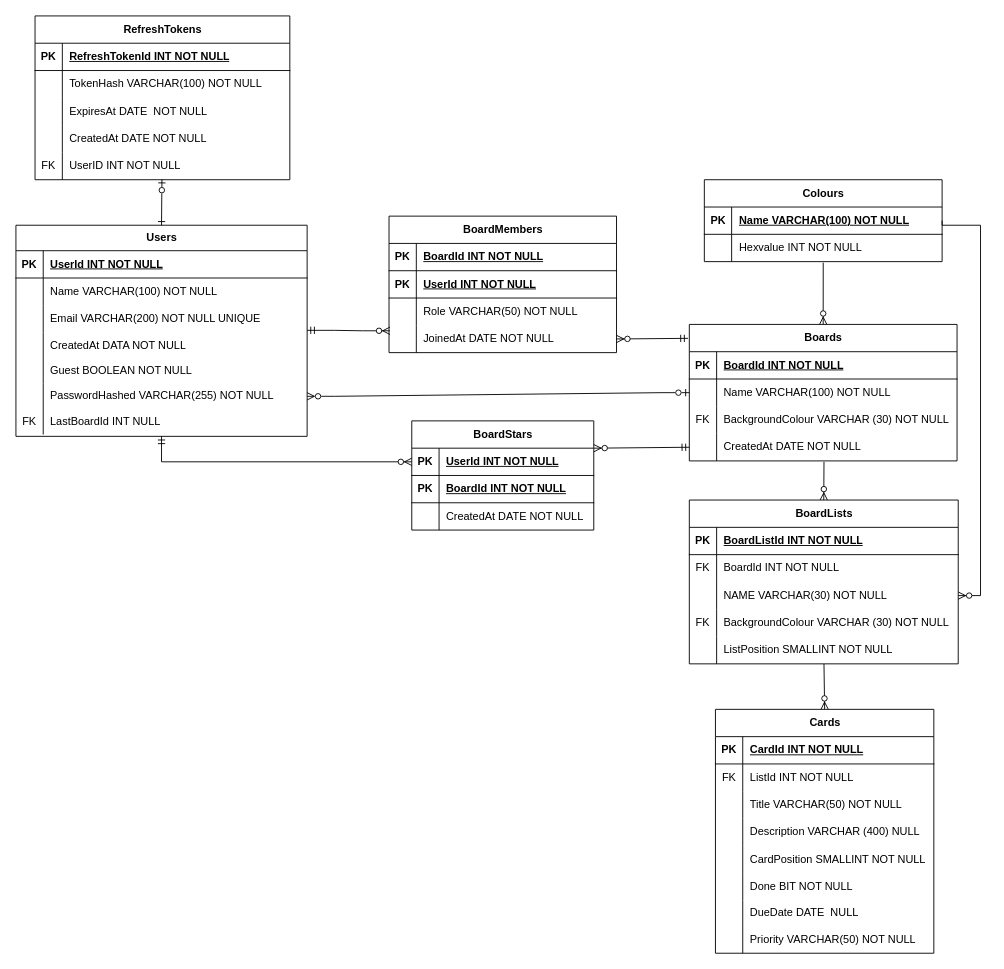
Before: DatabaseFilesAndDesign/DatabaseDesign.drawio in maninder56/Planner-Web-App, a draw.io diagram. Source tidied: cells renumbered, new cells numbered last; positions are measured from the earlier drawing's top-left corner, leaving out a move shared by most shapes. Both pictures are drawn from the tidied source at 91%, with x=0, y=0 at pixel (15, 15).
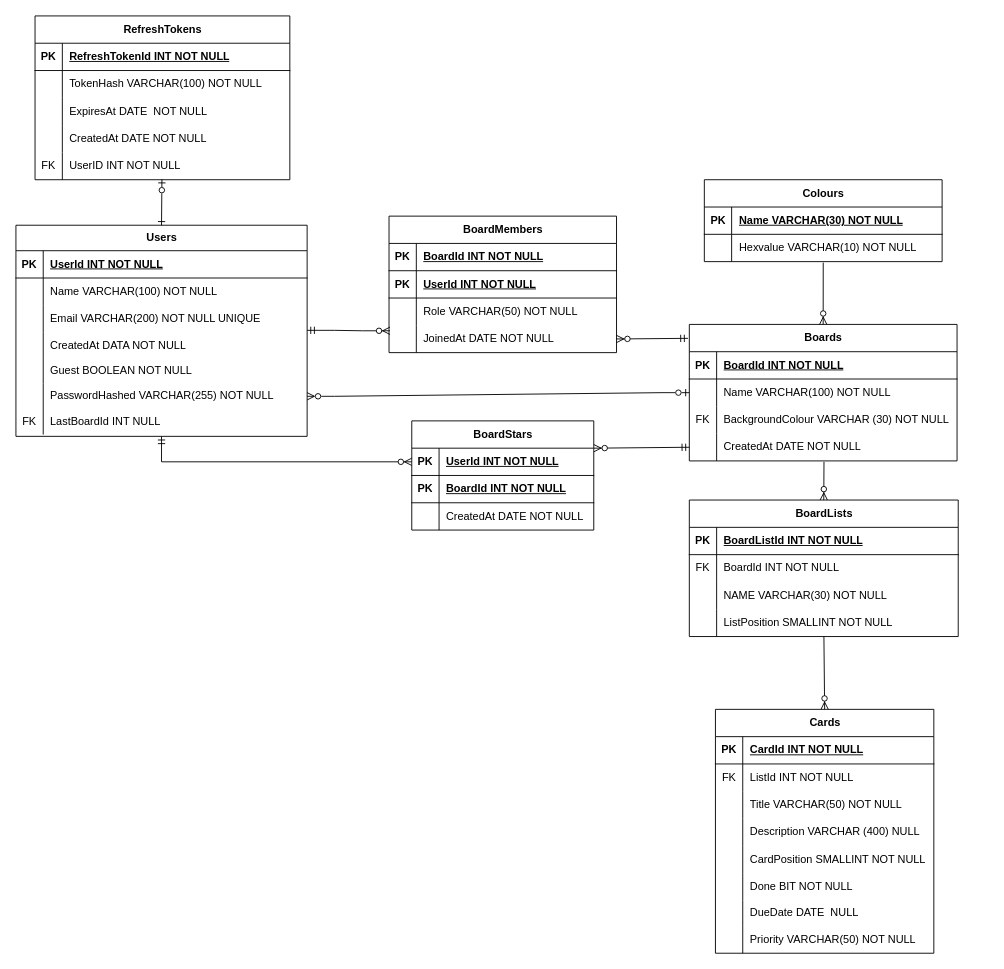
The same page after the edit.

Commit message (it also covers changes not shown here):
Changed database design and madded mock data for testing

Unchanged cells that the change refers to:
```xml
<mxCell id="74" style="shape=tableRow;horizontal=0;startSize=0;swimlaneHead=0;swimlaneBody=0;fillColor=none;points=[[0,0.5],[1,0.5]];portConstraint=eastwest;top=0;left=0;right=0;bottom=0;" parent="67" vertex="1">
  <mxGeometry y="90" width="295.5" height="30" as="geometry" />
</mxCell>
<mxCell id="126" style="shape=tableRow;horizontal=0;startSize=0;swimlaneHead=0;swimlaneBody=0;fillColor=none;points=[[0,0.5],[1,0.5]];portConstraint=eastwest;top=0;left=0;right=0;bottom=1;" parent="125" vertex="1">
  <mxGeometry y="30" width="261.3" height="30" as="geometry" />
</mxCell>
<mxCell id="129" style="shape=tableRow;horizontal=0;startSize=0;swimlaneHead=0;swimlaneBody=0;fillColor=none;points=[[0,0.5],[1,0.5]];portConstraint=eastwest;top=0;left=0;right=0;bottom=0;" parent="125" vertex="1">
  <mxGeometry y="60" width="261.3" height="30" as="geometry" />
</mxCell>
```

The edit, as a diff of the source:
```diff
@@
     <mxCell id="67" value="BoardLists" style="shape=table;startSize=30;childLayout=tableLayout;rowLines=0;fontStyle=1;align=center;html=1;" parent="1" vertex="1">
-      <mxGeometry x="740" y="532" width="295.5" height="180" as="geometry" />
+      <mxGeometry x="740" y="532" width="295.5" height="150" as="geometry" />
     </mxCell>
@@
-    <mxCell id="77" style="shape=tableRow;horizontal=0;startSize=0;swimlaneHead=0;swimlaneBody=0;fillColor=none;top=0;left=0;right=0;bottom=0;" parent="67" vertex="1">
-      <mxGeometry y="120" width="295.5" height="30" as="geometry" />
-    </mxCell>
-    <mxCell id="78" value="FK" style="shape=partialRectangle;fillColor=none;top=0;left=0;bottom=0;right=0;overflow=hidden;whiteSpace=wrap;html=1;" parent="77" vertex="1">
-      <mxGeometry width="30" height="30" as="geometry" />
-    </mxCell>
-    <mxCell id="79" value="BackgroundColour VARCHAR (30) NOT NULL" style="shape=partialRectangle;fillColor=none;top=0;left=0;bottom=0;right=0;align=left;spacingLeft=6;overflow=hidden;whiteSpace=wrap;html=1;" parent="77" vertex="1">
-      <mxGeometry x="30" width="265.5" height="30" as="geometry" />
-    </mxCell>
     <mxCell id="80" style="shape=tableRow;horizontal=0;startSize=0;swimlaneHead=0;swimlaneBody=0;fillColor=none;points=[[0,0.5],[1,0.5]];portConstraint=eastwest;top=0;left=0;right=0;bottom=0;" parent="67" vertex="1">
-      <mxGeometry y="150" width="295.5" height="30" as="geometry" />
+      <mxGeometry y="120" width="295.5" height="30" as="geometry" />
     </mxCell>
@@
-    <mxCell id="128" value="Name VARCHAR(100) NOT NULL" style="shape=partialRectangle;fillColor=none;top=0;left=0;bottom=0;right=0;align=left;spacingLeft=6;fontStyle=5;overflow=hidden;whiteSpace=wrap;html=1;" parent="126" vertex="1">
+    <mxCell id="128" value="Name VARCHAR(30) NOT NULL" style="shape=partialRectangle;fillColor=none;top=0;left=0;bottom=0;right=0;align=left;spacingLeft=6;fontStyle=5;overflow=hidden;whiteSpace=wrap;html=1;" parent="126" vertex="1">
       <mxGeometry x="30" width="231.3" height="30" as="geometry" />
     </mxCell>
@@
-    <mxCell id="131" value="Hexvalue INT NOT NULL" style="shape=partialRectangle;fillColor=none;top=0;left=0;bottom=0;right=0;align=left;spacingLeft=6;overflow=hidden;whiteSpace=wrap;html=1;" parent="129" vertex="1">
+    <mxCell id="131" value="Hexvalue VARCHAR(10) NOT NULL" style="shape=partialRectangle;fillColor=none;top=0;left=0;bottom=0;right=0;align=left;spacingLeft=6;overflow=hidden;whiteSpace=wrap;html=1;" parent="129" vertex="1">
       <mxGeometry x="30" width="231.3" height="30" as="geometry" />
     </mxCell>
@@
-    <mxCell id="133" style="fontSize=12;html=1;endArrow=ERzeroToMany;endFill=1;rounded=0;entryX=1;entryY=0.5;entryDx=0;entryDy=0;strokeColor=default;edgeStyle=orthogonalEdgeStyle;exitX=1;exitY=0.5;exitDx=0;exitDy=0;" parent="1" edge="1" source="126" target="74">
-      <mxGeometry relative="1" as="geometry">
-        <Array as="points">
-          <mxPoint x="1018" y="230" />
-          <mxPoint x="1060" y="230" />
-          <mxPoint x="1060" y="637" />
-        </Array>
-      </mxGeometry>
-    </mxCell>
```
